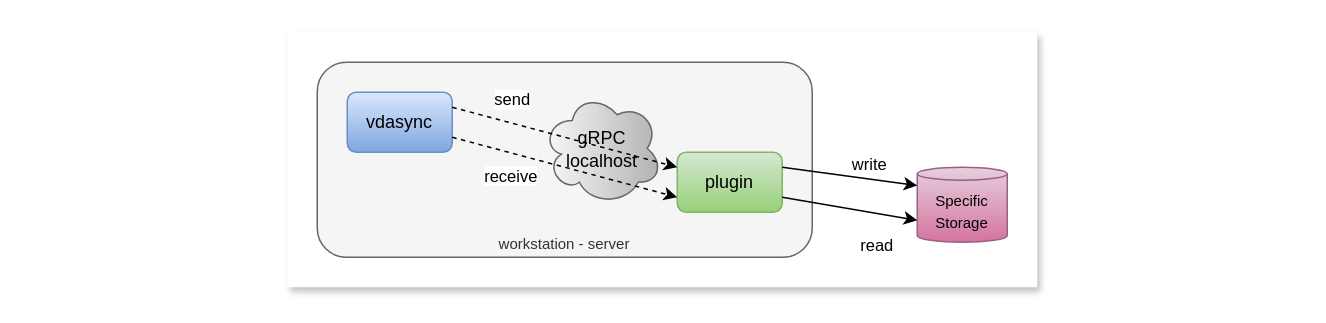
This is page "plugin" (4 of 11) of docs/images/vdasync.drawio from t-beigbeder/vdasync, a draw.io file, before an edit. Source tidied: cells renumbered, new cells numbered last; positions are measured from the earlier drawing's top-left corner, leaving out a move shared by most shapes. Both pictures are drawn from the tidied source at 150%, with x=0, y=0 at pixel (286, 32).
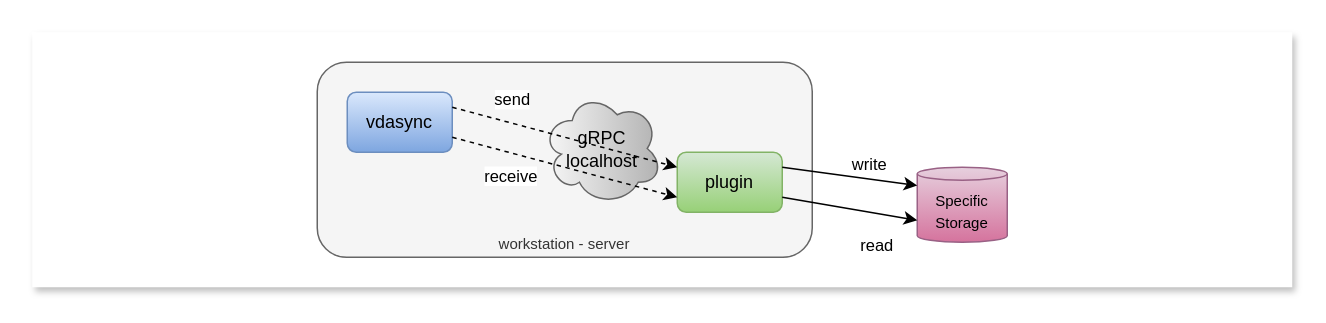
The same diagram, later.

The edit, as a diff of the source:
```diff
@@
 <mxGraphModel>
   <root>
     <mxCell id="0" />
     <mxCell id="1" parent="0" />
-    <mxCell id="2" style="rounded=0;whiteSpace=wrap;html=1;shadow=1;glass=0;strokeColor=none;" parent="1" vertex="1">
-      <mxGeometry width="500" height="170" as="geometry" />
-    </mxCell>
+    <mxCell id="12" style="rounded=0;whiteSpace=wrap;html=1;shadow=1;glass=0;strokeColor=none;" parent="1" vertex="1">
+      <mxGeometry x="-170" width="840" height="170" as="geometry" />
+    </mxCell>
     <mxCell id="3" value="workstation - server" style="rounded=1;whiteSpace=wrap;html=1;verticalAlign=bottom;fillColor=#f5f5f5;fontColor=#333333;strokeColor=#666666;fontSize=10;" parent="1" vertex="1">
       <mxGeometry x="20" y="20" width="330" height="130" as="geometry" />
     </mxCell>
     <mxCell id="4" value="&lt;div&gt;gRPC&lt;/div&gt;&lt;div&gt;localhost&lt;/div&gt;" style="ellipse;shape=cloud;whiteSpace=wrap;html=1;fillColor=#f5f5f5;strokeColor=#666666;gradientColor=#b3b3b3;gradientDirection=east;" parent="1" vertex="1">
       <mxGeometry x="170" y="40" width="80" height="75" as="geometry" />
     </mxCell>
     <mxCell id="5" value="vdasync" style="rounded=1;whiteSpace=wrap;html=1;fillColor=#dae8fc;strokeColor=#6c8ebf;gradientColor=#7ea6e0;" parent="1" vertex="1">
       <mxGeometry x="40" y="40" width="70" height="40" as="geometry" />
     </mxCell>
     <mxCell id="6" value="plugin" style="rounded=1;whiteSpace=wrap;html=1;fillColor=#d5e8d4;strokeColor=#82b366;gradientColor=#97d077;" parent="1" vertex="1">
       <mxGeometry x="260" y="80" width="70" height="40" as="geometry" />
     </mxCell>
     <mxCell id="7" value="send" style="endArrow=classic;html=1;rounded=0;exitX=1;exitY=0.25;exitDx=0;exitDy=0;entryX=0;entryY=0.25;entryDx=0;entryDy=0;dashed=1;" parent="1" edge="1" source="5" target="6">
       <mxGeometry x="-0.52" y="15" relative="1" as="geometry" />
     </mxCell>
     <mxCell id="8" value="receive" style="endArrow=classic;html=1;rounded=0;exitX=1;exitY=0.75;exitDx=0;exitDy=0;entryX=0;entryY=0.75;entryDx=0;entryDy=0;dashed=1;" parent="1" edge="1" source="5" target="6">
       <mxGeometry x="-0.43" y="-15" relative="1" as="geometry" />
     </mxCell>
     <mxCell id="9" value="&lt;span style=&quot;font-size: 10px;&quot;&gt;Specific Storage&lt;/span&gt;" style="shape=cylinder3;whiteSpace=wrap;html=1;boundedLbl=1;backgroundOutline=1;size=4.3333333333334;fillColor=#e6d0de;strokeColor=#996185;gradientColor=#d5739d;" parent="1" vertex="1">
       <mxGeometry x="420" y="90" width="60" height="50" as="geometry" />
     </mxCell>
     <mxCell id="10" value="write" style="endArrow=classic;html=1;rounded=0;entryX=0;entryY=0;entryDx=0;entryDy=12.1666666666667;exitX=1;exitY=0.25;exitDx=0;exitDy=0;entryPerimeter=0;" parent="1" edge="1" source="6" target="9">
       <mxGeometry x="0.25" y="10" relative="1" as="geometry" />
     </mxCell>
     <mxCell id="11" value="read" style="endArrow=none;html=1;rounded=0;entryX=1;entryY=0.75;entryDx=0;entryDy=0;exitX=0;exitY=0;exitDx=0;exitDy=35.3333333333333;exitPerimeter=0;startArrow=classic;startFill=1;endFill=0;" parent="1" edge="1" source="9" target="6">
       <mxGeometry x="-0.47" y="21" relative="1" as="geometry" />
     </mxCell>
   </root>
 </mxGraphModel>
```
